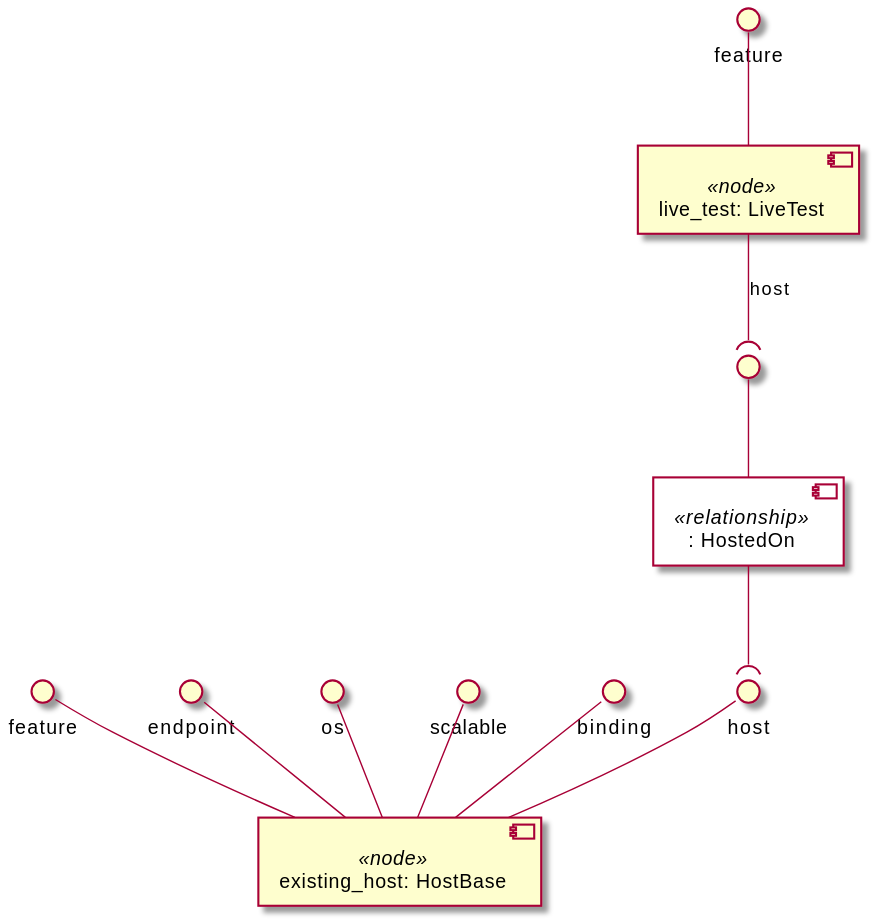
Before: examples/ariatosca/diagrams/uml2/clearwater-live-test-existing-1.0-uml2-component-diagram2.svg, a diagram exported from PlantUML (Orange-OpenSource/Cloudnet-TOSCA-toolbox). Its diagram source:
```plantuml
@startuml
skinparam componentStyle uml2
skinparam component {
  backgroundColor<<relationship>> White
}

component "live_test: LiveTest" <<node>> as node_live_test
interface "feature" as node_live_test_feature
node_live_test_feature -- node_live_test
component ": HostedOn" <<relationship>> as node_live_test_host_relationship0
interface " " as node_live_test_host_relationship0_source
node_live_test_host_relationship0_source -- node_live_test_host_relationship0
node_live_test --( node_live_test_host_relationship0_source : host

component "existing_host: HostBase" <<node>> as node_existing_host
interface "feature" as node_existing_host_feature
node_existing_host_feature -- node_existing_host
interface "host" as node_existing_host_host
node_existing_host_host -- node_existing_host
interface "endpoint" as node_existing_host_endpoint
node_existing_host_endpoint -- node_existing_host
interface "os" as node_existing_host_os
node_existing_host_os -- node_existing_host
interface "scalable" as node_existing_host_scalable
node_existing_host_scalable -- node_existing_host
interface "binding" as node_existing_host_binding
node_existing_host_binding -- node_existing_host

node_live_test_host_relationship0 --( node_existing_host_host
@enduml
```
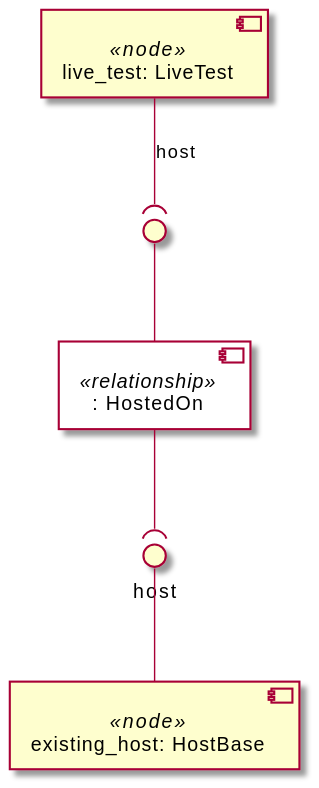
Above is the later version.

Diff of the diagram source:
```diff
@@ -5,26 +5,14 @@
 }
 
 component "live_test: LiveTest" <<node>> as node_live_test
-interface "feature" as node_live_test_feature
-node_live_test_feature -- node_live_test
 component ": HostedOn" <<relationship>> as node_live_test_host_relationship0
 interface " " as node_live_test_host_relationship0_source
 node_live_test_host_relationship0_source -- node_live_test_host_relationship0
 node_live_test --( node_live_test_host_relationship0_source : host
 
 component "existing_host: HostBase" <<node>> as node_existing_host
-interface "feature" as node_existing_host_feature
-node_existing_host_feature -- node_existing_host
 interface "host" as node_existing_host_host
 node_existing_host_host -- node_existing_host
-interface "endpoint" as node_existing_host_endpoint
-node_existing_host_endpoint -- node_existing_host
-interface "os" as node_existing_host_os
-node_existing_host_os -- node_existing_host
-interface "scalable" as node_existing_host_scalable
-node_existing_host_scalable -- node_existing_host
-interface "binding" as node_existing_host_binding
-node_existing_host_binding -- node_existing_host
 
 node_live_test_host_relationship0 --( node_existing_host_host
 @enduml
```
